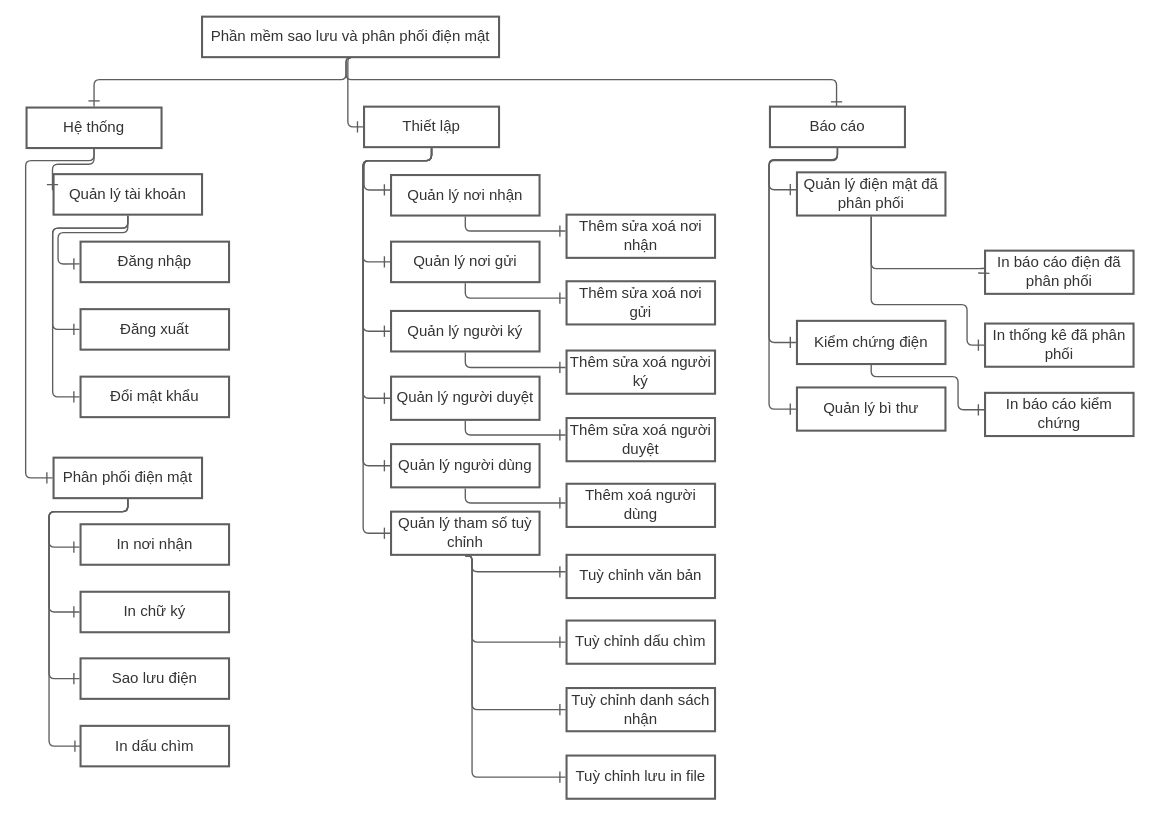
Before: Untitled Diagram.drawio in hoanghuychh/Diagrams.net, a draw.io diagram. Source tidied: cells renumbered, new cells numbered last; positions are measured from the earlier drawing's top-left corner, leaving out a move shared by most shapes. Both pictures are drawn from the tidied source at 90%, with x=0, y=0 at pixel (25, 16).
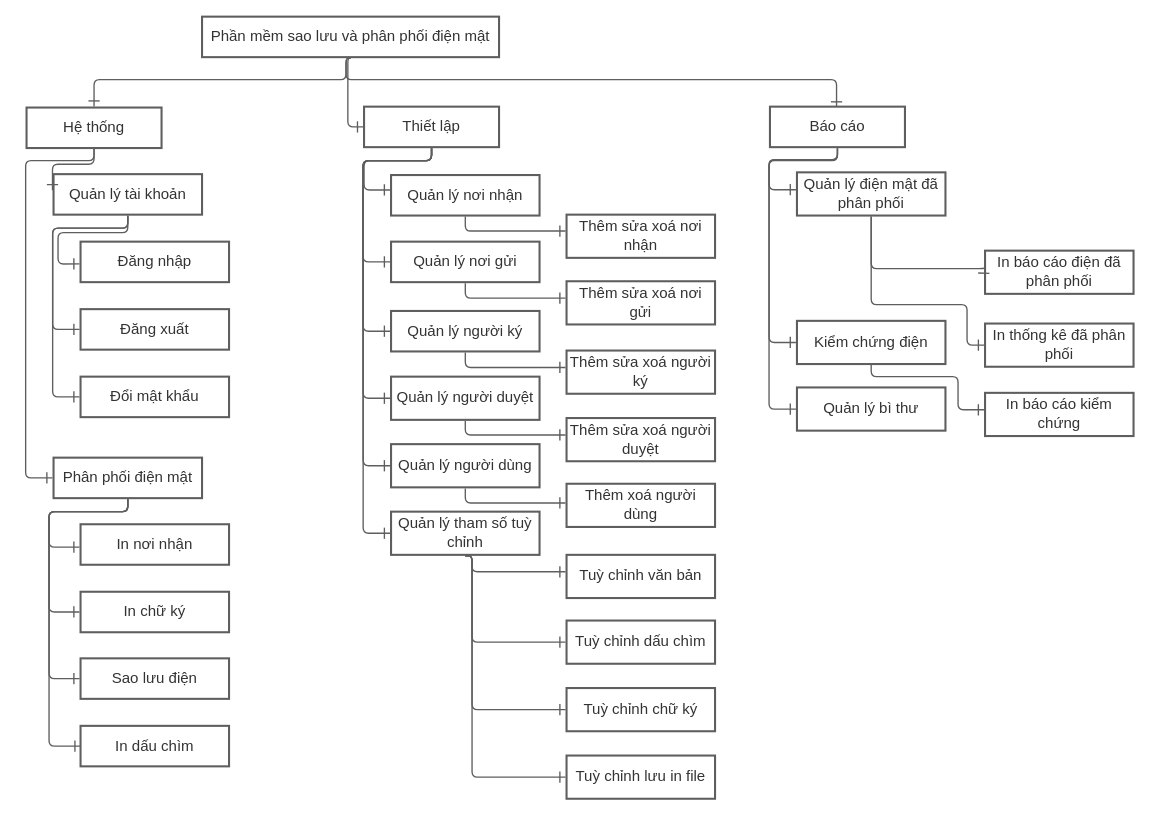
After the change.

What changed in the source:
```diff
@@
-    <mxCell id="43" value="Tuỳ chỉnh danh sách nhận" style="html=1;overflow=block;blockSpacing=1;whiteSpace=wrap;whiteSpace=wrap;fontSize=16.7;fontColor=#333333;spacing=3.8;strokeColor=#5e5e5e;strokeOpacity=100;strokeWidth=2.3;" parent="1" vertex="1">
+    <mxCell id="43" value="Tuỳ chỉnh chữ ký" style="html=1;overflow=block;blockSpacing=1;whiteSpace=wrap;whiteSpace=wrap;fontSize=16.7;fontColor=#333333;spacing=3.8;strokeColor=#5e5e5e;strokeOpacity=100;strokeWidth=2.3;" parent="1" vertex="1">
       <mxGeometry x="601" y="746" width="165" height="48" as="geometry" />
     </mxCell>
```
